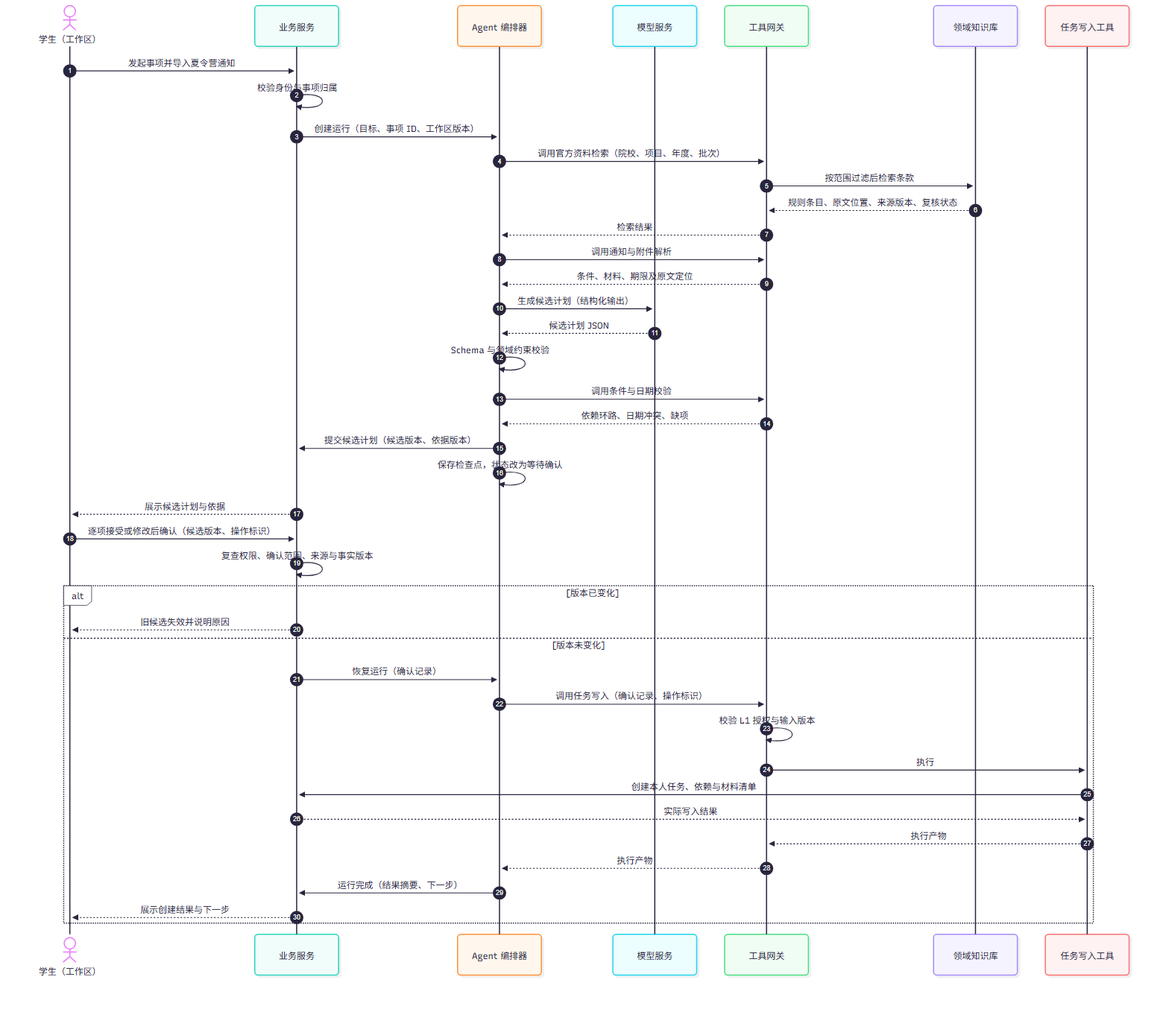
LotteryCamp/OfferPilot keeps this Mermaid diagram as docs/agent/diagrams/03_计划确认时序.png. Above is the earlier version. Its source is kept beside it as docs/agent/diagrams/03_计划确认时序.mmd.
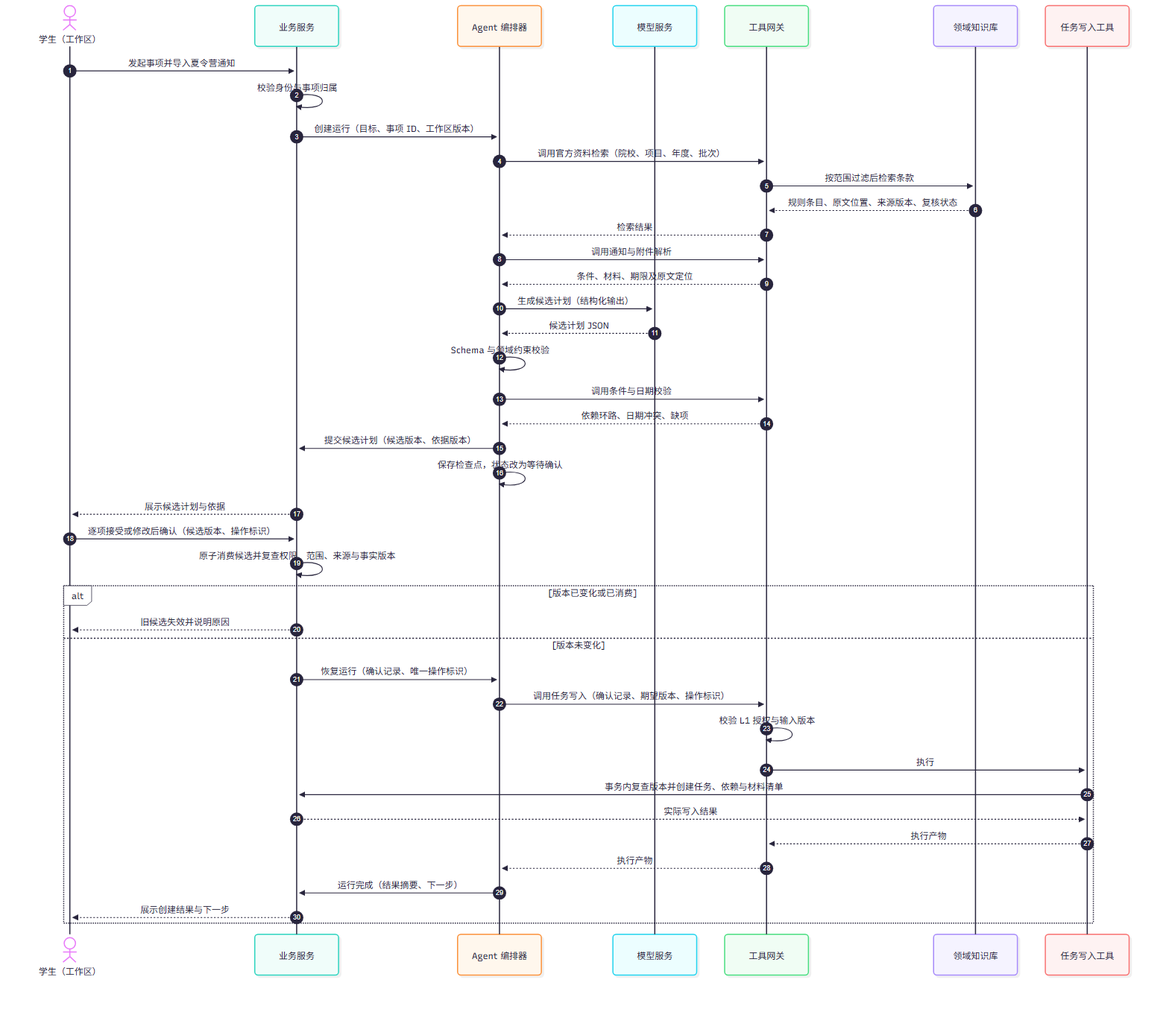
The same file after the commit.

Diff of the diagram source:
```diff
@@ -26,15 +26,15 @@
     O->>O: 保存检查点，状态改为等待确认
     B-->>U: 展示候选计划与依据
     U->>B: 逐项接受或修改后确认（候选版本、操作标识）
-    B->>B: 复查权限、确认范围、来源与事实版本
-    alt 版本已变化
+    B->>B: 原子消费候选并复查权限、范围、来源与事实版本
+    alt 版本已变化或已消费
         B-->>U: 旧候选失效并说明原因
     else 版本未变化
-        B->>O: 恢复运行（确认记录）
-        O->>G: 调用任务写入（确认记录、操作标识）
+        B->>O: 恢复运行（确认记录、唯一操作标识）
+        O->>G: 调用任务写入（确认记录、期望版本、操作标识）
         G->>G: 校验 L1 授权与输入版本
         G->>T: 执行
-        T->>B: 创建本人任务、依赖与材料清单
+        T->>B: 事务内复查版本并创建任务、依赖与材料清单
         B-->>T: 实际写入结果
         T-->>G: 执行产物
         G-->>O: 执行产物
```
